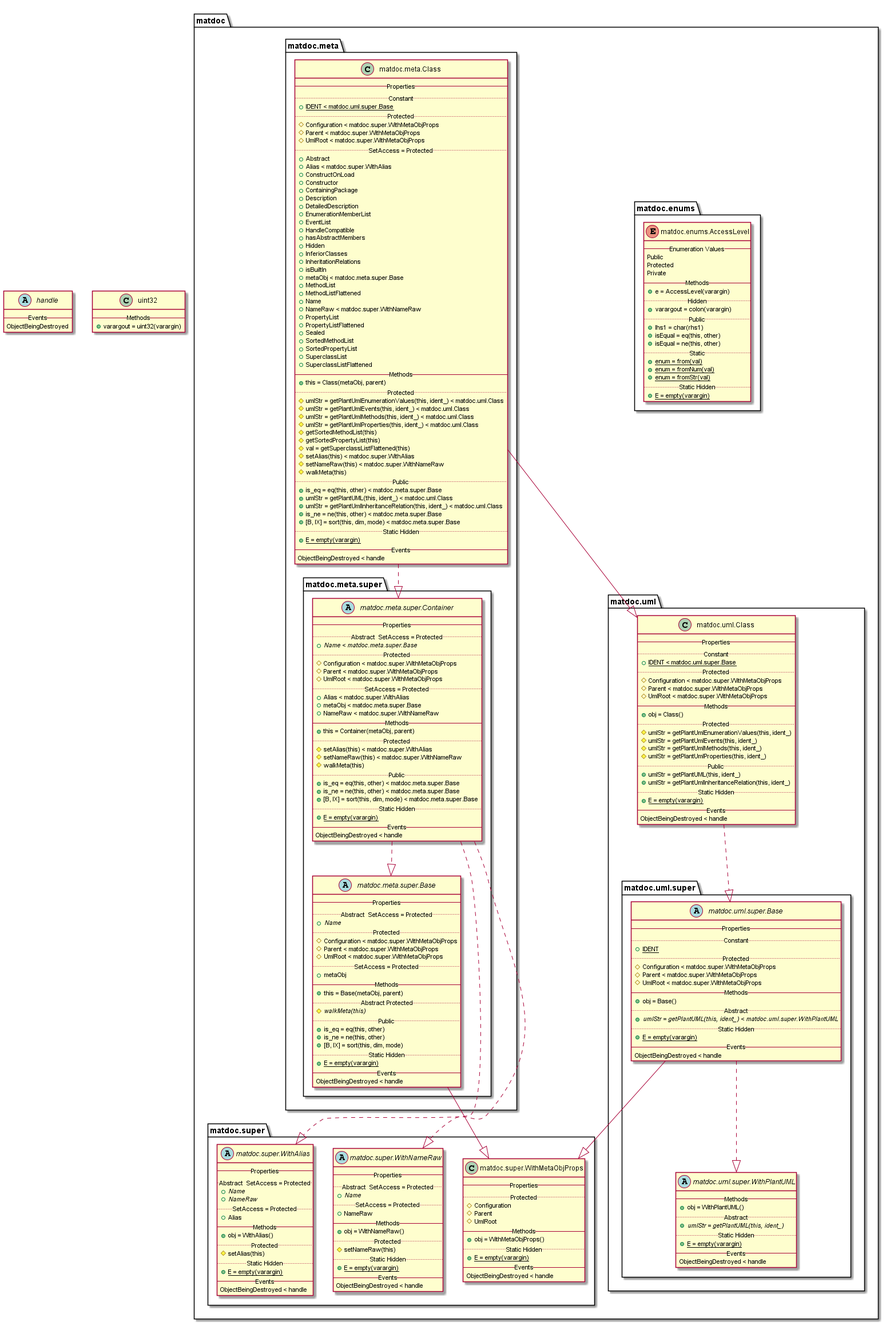
Earlier version of the PlantUML export doc/uml-examples/export-class-IgnoreBuiltInClass-true.png (flxdot/matdoc). Source of this version:
```plantuml
@startuml

set namespaceSeparator none

abstract class handle {
   -- Events --
   ObjectBeingDestroyed
}

class uint32 {
   -- Methods --
   {method} + varargout = uint32(varargin)
}

package matdoc {

   package matdoc.enums {

      enum matdoc.enums.AccessLevel {
         -- Enumeration Values --
         Public
         Protected
         Private
         -- Methods --
         {method} + e = AccessLevel(varargin)
         .. Hidden ..
         {method} + varargout = colon(varargin)
         .. Public ..
         {method} + lhs1 = char(rhs1)
         {method} + isEqual = eq(this, other)
         {method} + isEqual = ne(this, other)
         .. Static ..
         {method} {static} + enum = from(val)
         {method} {static} + enum = fromNum(val)
         {method} {static} + enum = fromStr(val)
         .. Static Hidden ..
         {method} {static} + E = empty(varargin)
      }

   }

   package matdoc.meta {

      class matdoc.meta.Class {
         -- Properties --
         .. Constant ..
         {field} {static} + IDENT < matdoc.uml.super.Base
         .. Protected ..
         {field} # Configuration < matdoc.super.WithMetaObjProps
         {field} # Parent < matdoc.super.WithMetaObjProps
         {field} # UmlRoot < matdoc.super.WithMetaObjProps
         .. SetAccess = Protected ..
         {field} + Abstract
         {field} + Alias < matdoc.super.WithAlias
         {field} + ConstructOnLoad
         {field} + Constructor
         {field} + ContainingPackage
         {field} + Description
         {field} + DetailedDescription
         {field} + EnumerationMemberList
         {field} + EventList
         {field} + HandleCompatible
         {field} + hasAbstractMembers
         {field} + Hidden
         {field} + InferiorClasses
         {field} + InheritationRelations
         {field} + isBuiltIn
         {field} + metaObj < matdoc.meta.super.Base
         {field} + MethodList
         {field} + MethodListFlattened
         {field} + Name
         {field} + NameRaw < matdoc.super.WithNameRaw
         {field} + PropertyList
         {field} + PropertyListFlattened
         {field} + Sealed
         {field} + SortedMethodList
         {field} + SortedPropertyList
         {field} + SuperclassList
         {field} + SuperclassListFlattened
         -- Methods --
         {method} + this = Class(metaObj, parent)
         .. Protected ..
         {method} # umlStr = getPlantUmlEnumerationValues(this, ident_) < matdoc.uml.Class
         {method} # umlStr = getPlantUmlEvents(this, ident_) < matdoc.uml.Class
         {method} # umlStr = getPlantUmlMethods(this, ident_) < matdoc.uml.Class
         {method} # umlStr = getPlantUmlProperties(this, ident_) < matdoc.uml.Class
         {method} # getSortedMethodList(this)
         {method} # getSortedPropertyList(this)
         {method} # val = getSuperclassListFlattened(this)
         {method} # setAlias(this) < matdoc.super.WithAlias
         {method} # setNameRaw(this) < matdoc.super.WithNameRaw
         {method} # walkMeta(this)
         .. Public ..
         {method} + is_eq = eq(this, other) < matdoc.meta.super.Base
         {method} + umlStr = getPlantUML(this, ident_) < matdoc.uml.Class
         {method} + umlStr = getPlantUmlInheritanceRelation(this, ident_) < matdoc.uml.Class
         {method} + is_ne = ne(this, other) < matdoc.meta.super.Base
         {method} + [B, IX] = sort(this, dim, mode) < matdoc.meta.super.Base
         .. Static Hidden ..
         {method} {static} + E = empty(varargin)
         -- Events --
         ObjectBeingDestroyed < handle
      }

      package matdoc.meta.super {

         abstract class matdoc.meta.super.Base {
            -- Properties --
            .. Abstract  SetAccess = Protected ..
            {field} {abstract} + Name
            .. Protected ..
            {field} # Configuration < matdoc.super.WithMetaObjProps
            {field} # Parent < matdoc.super.WithMetaObjProps
            {field} # UmlRoot < matdoc.super.WithMetaObjProps
            .. SetAccess = Protected ..
            {field} + metaObj
            -- Methods --
            {method} + this = Base(metaObj, parent)
            .. Abstract Protected ..
            {method} {abstract} # walkMeta(this)
            .. Public ..
            {method} + is_eq = eq(this, other)
            {method} + is_ne = ne(this, other)
            {method} + [B, IX] = sort(this, dim, mode)
            .. Static Hidden ..
            {method} {static} + E = empty(varargin)
            -- Events --
            ObjectBeingDestroyed < handle
         }

         abstract class matdoc.meta.super.Container {
            -- Properties --
            .. Abstract  SetAccess = Protected ..
            {field} {abstract} + Name < matdoc.meta.super.Base
            .. Protected ..
            {field} # Configuration < matdoc.super.WithMetaObjProps
            {field} # Parent < matdoc.super.WithMetaObjProps
            {field} # UmlRoot < matdoc.super.WithMetaObjProps
            .. SetAccess = Protected ..
            {field} + Alias < matdoc.super.WithAlias
            {field} + metaObj < matdoc.meta.super.Base
            {field} + NameRaw < matdoc.super.WithNameRaw
            -- Methods --
            {method} + this = Container(metaObj, parent)
            .. Protected ..
            {method} # setAlias(this) < matdoc.super.WithAlias
            {method} # setNameRaw(this) < matdoc.super.WithNameRaw
            {method} # walkMeta(this)
            .. Public ..
            {method} + is_eq = eq(this, other) < matdoc.meta.super.Base
            {method} + is_ne = ne(this, other) < matdoc.meta.super.Base
            {method} + [B, IX] = sort(this, dim, mode) < matdoc.meta.super.Base
            .. Static Hidden ..
            {method} {static} + E = empty(varargin)
            -- Events --
            ObjectBeingDestroyed < handle
         }

      }

   }

   package matdoc.super {

      abstract class matdoc.super.WithAlias {
         -- Properties --
         .. Abstract  SetAccess = Protected ..
         {field} {abstract} + Name
         {field} {abstract} + NameRaw
         .. SetAccess = Protected ..
         {field} + Alias
         -- Methods --
         {method} + obj = WithAlias()
         .. Protected ..
         {method} # setAlias(this)
         .. Static Hidden ..
         {method} {static} + E = empty(varargin)
         -- Events --
         ObjectBeingDestroyed < handle
      }

      class matdoc.super.WithMetaObjProps {
         -- Properties --
         .. Protected ..
         {field} # Configuration
         {field} # Parent
         {field} # UmlRoot
         -- Methods --
         {method} + obj = WithMetaObjProps()
         .. Static Hidden ..
         {method} {static} + E = empty(varargin)
         -- Events --
         ObjectBeingDestroyed < handle
      }

      abstract class matdoc.super.WithNameRaw {
         -- Properties --
         .. Abstract  SetAccess = Protected ..
         {field} {abstract} + Name
         .. SetAccess = Protected ..
         {field} + NameRaw
         -- Methods --
         {method} + obj = WithNameRaw()
         .. Protected ..
         {method} # setNameRaw(this)
         .. Static Hidden ..
         {method} {static} + E = empty(varargin)
         -- Events --
         ObjectBeingDestroyed < handle
      }

   }

   package matdoc.uml {

      class matdoc.uml.Class {
         -- Properties --
         .. Constant ..
         {field} {static} + IDENT < matdoc.uml.super.Base
         .. Protected ..
         {field} # Configuration < matdoc.super.WithMetaObjProps
         {field} # Parent < matdoc.super.WithMetaObjProps
         {field} # UmlRoot < matdoc.super.WithMetaObjProps
         -- Methods --
         {method} + obj = Class()
         .. Protected ..
         {method} # umlStr = getPlantUmlEnumerationValues(this, ident_)
         {method} # umlStr = getPlantUmlEvents(this, ident_)
         {method} # umlStr = getPlantUmlMethods(this, ident_)
         {method} # umlStr = getPlantUmlProperties(this, ident_)
         .. Public ..
         {method} + umlStr = getPlantUML(this, ident_)
         {method} + umlStr = getPlantUmlInheritanceRelation(this, ident_)
         .. Static Hidden ..
         {method} {static} + E = empty(varargin)
         -- Events --
         ObjectBeingDestroyed < handle
      }

      package matdoc.uml.super {

         abstract class matdoc.uml.super.Base {
            -- Properties --
            .. Constant ..
            {field} {static} + IDENT
            .. Protected ..
            {field} # Configuration < matdoc.super.WithMetaObjProps
            {field} # Parent < matdoc.super.WithMetaObjProps
            {field} # UmlRoot < matdoc.super.WithMetaObjProps
            -- Methods --
            {method} + obj = Base()
            .. Abstract ..
            {method} {abstract} + umlStr = getPlantUML(this, ident_) < matdoc.uml.super.WithPlantUML
            .. Static Hidden ..
            {method} {static} + E = empty(varargin)
            -- Events --
            ObjectBeingDestroyed < handle
         }

         abstract class matdoc.uml.super.WithPlantUML {
            -- Methods --
            {method} + obj = WithPlantUML()
            .. Abstract ..
            {method} {abstract} + umlStr = getPlantUML(this, ident_)
            .. Static Hidden ..
            {method} {static} + E = empty(varargin)
            -- Events --
            ObjectBeingDestroyed < handle
         }

      }

   }

}


matdoc.meta.Class ..|> matdoc.meta.super.Container
matdoc.meta.Class --|> matdoc.uml.Class
matdoc.meta.super.Base --|> matdoc.super.WithMetaObjProps
matdoc.meta.super.Container ..|> matdoc.meta.super.Base
matdoc.meta.super.Container ..|> matdoc.super.WithNameRaw
matdoc.meta.super.Container ..|> matdoc.super.WithAlias



matdoc.uml.Class ..|> matdoc.uml.super.Base
matdoc.uml.super.Base --|> matdoc.super.WithMetaObjProps
matdoc.uml.super.Base ..|> matdoc.uml.super.WithPlantUML

@enduml
```
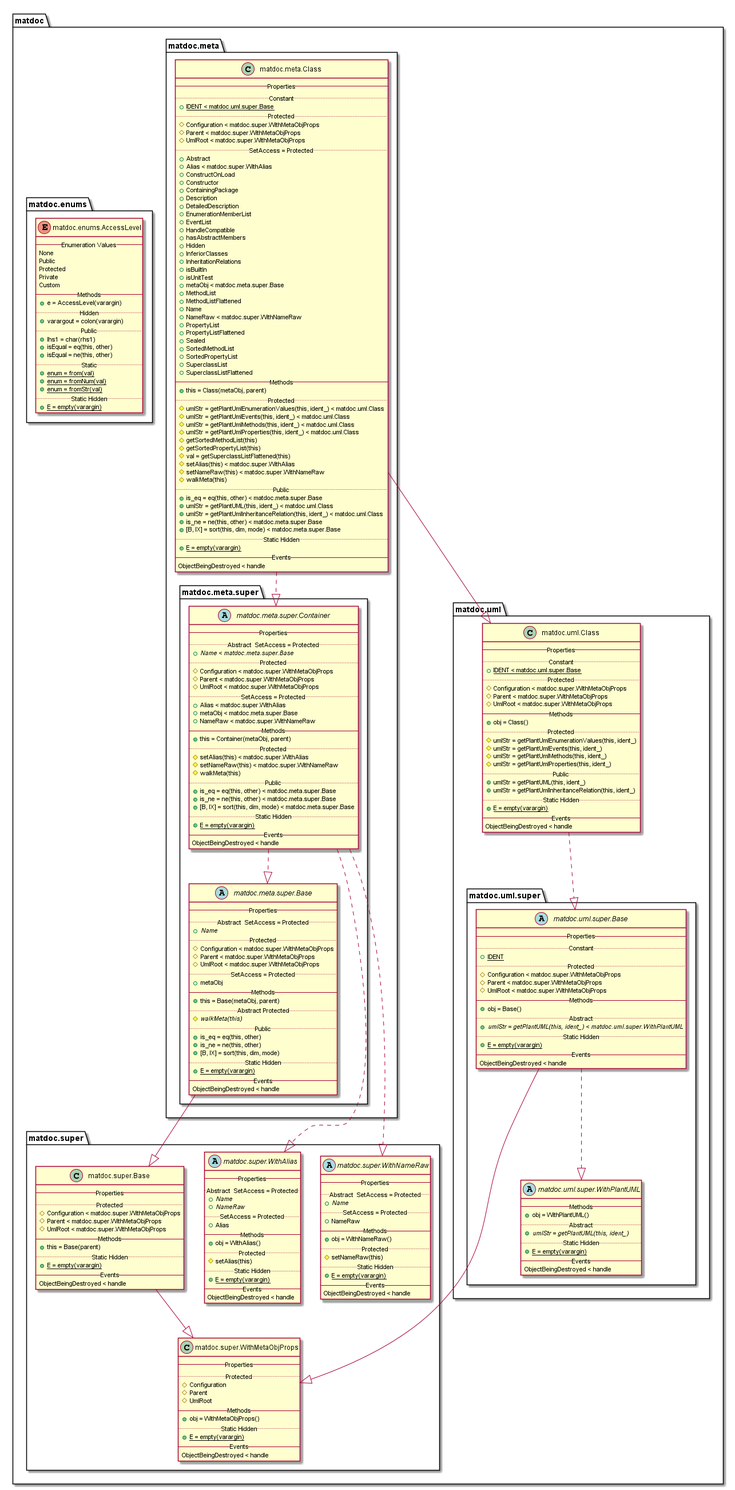
The same diagram one commit later.

Diff of the diagram source:
```diff
@@ -1,16 +1,6 @@
 @startuml
 
 set namespaceSeparator none
-
-abstract class handle {
-   -- Events --
-   ObjectBeingDestroyed
-}
-
-class uint32 {
-   -- Methods --
-   {method} + varargout = uint32(varargin)
-}
 
 package matdoc {
 
@@ -18,9 +8,11 @@
 
       enum matdoc.enums.AccessLevel {
          -- Enumeration Values --
+         None
          Public
          Protected
          Private
+         Custom
          -- Methods --
          {method} + e = AccessLevel(varargin)
          .. Hidden ..
@@ -65,6 +57,7 @@
          {field} + InferiorClasses
          {field} + InheritationRelations
          {field} + isBuiltIn
+         {field} + isUnitTest
          {field} + metaObj < matdoc.meta.super.Base
          {field} + MethodList
          {field} + MethodListFlattened
@@ -161,6 +154,20 @@
    }
 
    package matdoc.super {
+
+      class matdoc.super.Base {
+         -- Properties --
+         .. Protected ..
+         {field} # Configuration < matdoc.super.WithMetaObjProps
+         {field} # Parent < matdoc.super.WithMetaObjProps
+         {field} # UmlRoot < matdoc.super.WithMetaObjProps
+         -- Methods --
+         {method} + this = Base(parent)
+         .. Static Hidden ..
+         {method} {static} + E = empty(varargin)
+         -- Events --
+         ObjectBeingDestroyed < handle
+      }
 
       abstract class matdoc.super.WithAlias {
          -- Properties --
@@ -277,10 +284,11 @@
 
 matdoc.meta.Class ..|> matdoc.meta.super.Container
 matdoc.meta.Class --|> matdoc.uml.Class
-matdoc.meta.super.Base --|> matdoc.super.WithMetaObjProps
+matdoc.meta.super.Base --|> matdoc.super.Base
 matdoc.meta.super.Container ..|> matdoc.meta.super.Base
 matdoc.meta.super.Container ..|> matdoc.super.WithNameRaw
 matdoc.meta.super.Container ..|> matdoc.super.WithAlias
+matdoc.super.Base --|> matdoc.super.WithMetaObjProps
 
 
 
```
